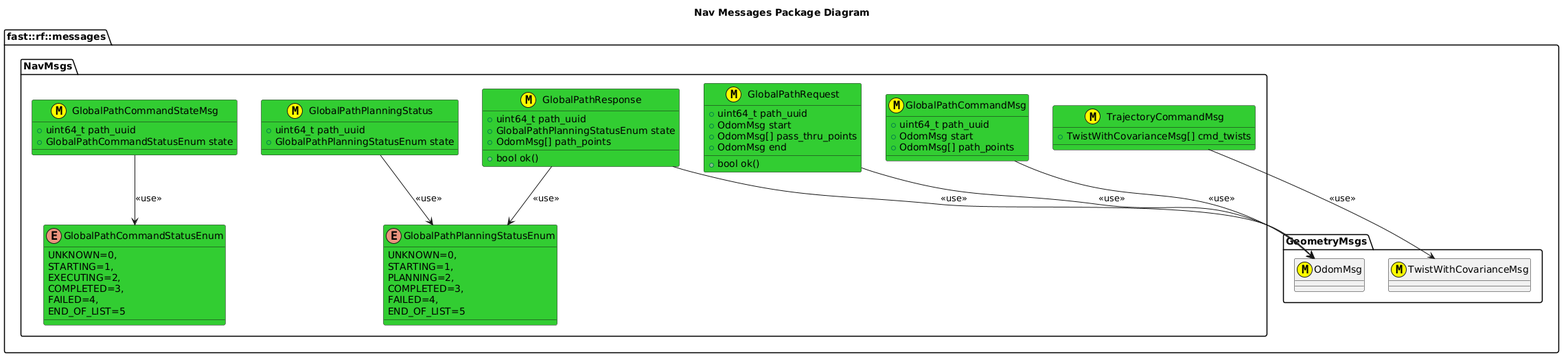
fastrobotics/robot_framework keeps this PlantUML diagram as msgs/NavMsgs/doc/puml/NavMessagesClassDiagram.png. Above is the earlier version.
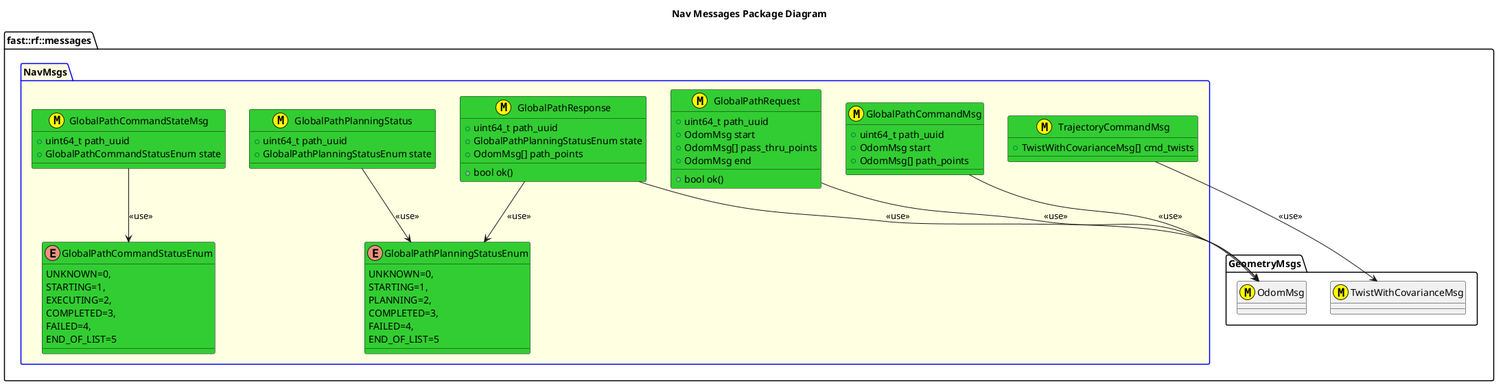
The same diagram one commit later.

Diff of the diagram source:
```diff
@@ -6,7 +6,7 @@
     class OdomMsg <<(M,#FFFF00)>>
     class TwistWithCovarianceMsg <<(M,#FFFF00)>>
   }
-  namespace NavMsgs  {
+  package NavMsgs #LightYellow;line:blue   {
     class GlobalPathRequest <<(M,#FFFF00)>> #LimeGreen {
       +uint64_t path_uuid
       +OdomMsg start
```
